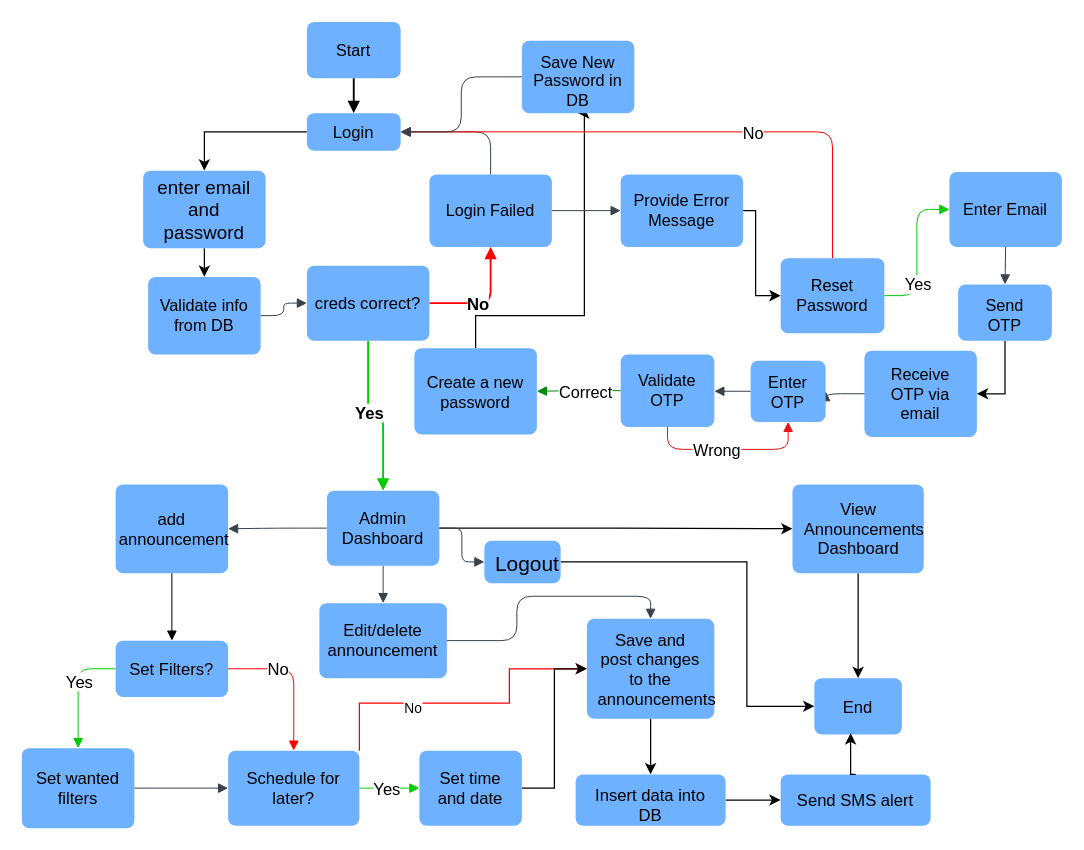
KenZa0705/Lab2 keeps this draw.io diagram as admin.drawio. Above is the earlier version. Source tidied: cells renumbered, new cells numbered last; positions are measured from the earlier drawing's top-left corner, leaving out a move shared by most shapes. Both pictures are drawn from the tidied source at 125%, with x=0, y=0 at pixel (21, 21).
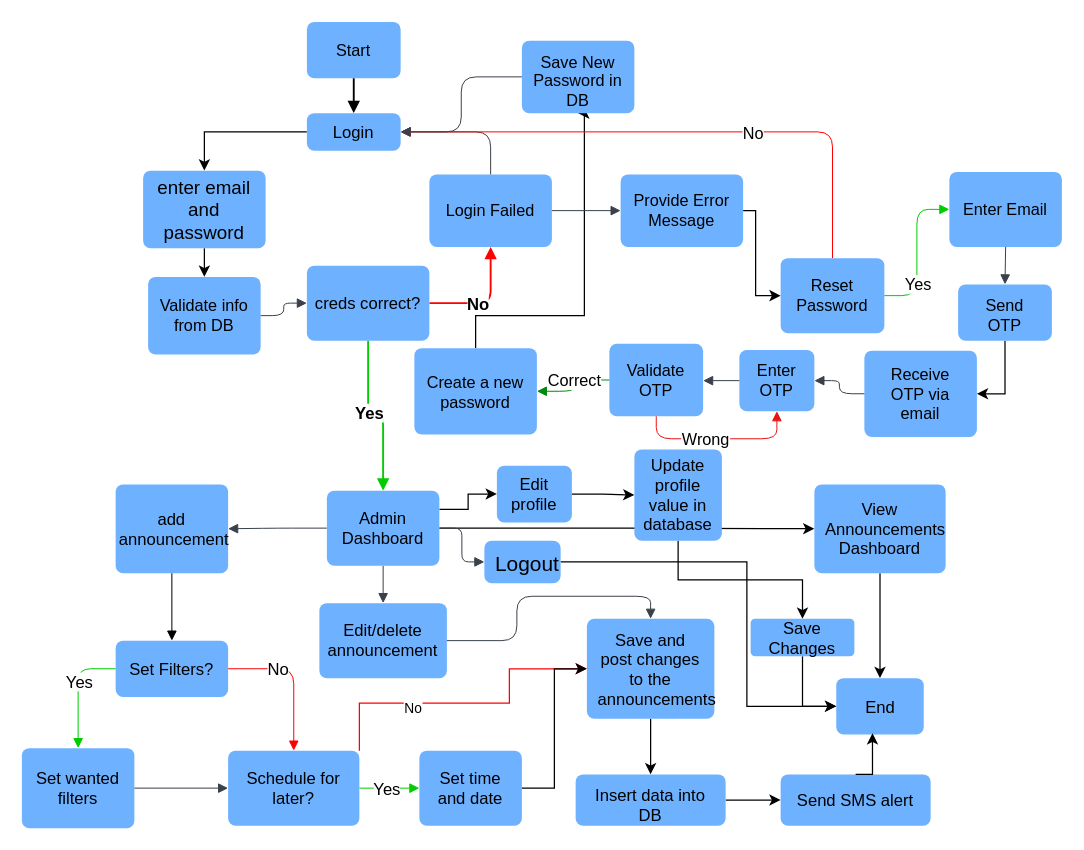
Above is the later version.

Unchanged cells that the change refers to:
```xml
<mxCell id="19" value="Admin Dashboard" style="html=1;overflow=block;blockSpacing=1;whiteSpace=wrap;fontSize=13.3;fontFamily=Helvetica;spacing=3.8;strokeOpacity=0;fillOpacity=100;rounded=1;absoluteArcSize=1;arcSize=12;fillColor=#6db1ff;strokeWidth=0.8;lucidId=K.9esvh4-SU-;" parent="1" vertex="1">
  <mxGeometry x="244" y="375" width="90" height="60" as="geometry" />
</mxCell>
```

Diff of the diagram source:
```diff
@@
+    <mxCell id="76" style="edgeStyle=orthogonalEdgeStyle;rounded=0;jettySize=auto;html=1;exitX=1;exitY=0.25;exitDx=0;exitDy=0;entryX=0;entryY=0.5;entryDx=0;entryDy=0;" parent="1" edge="1" source="19" target="78">
+      <mxGeometry relative="1" as="geometry" />
+    </mxCell>
@@
     <mxCell id="20" style="edgeStyle=orthogonalEdgeStyle;rounded=0;jettySize=auto;html=1;exitX=0.5;exitY=1;exitDx=0;exitDy=0;entryX=0.5;entryY=0;entryDx=0;entryDy=0;" parent="1" edge="1" source="21" target="29">
-      <mxGeometry relative="1" as="geometry" />
+      <mxGeometry relative="1" as="geometry">
+        <Array as="points">
+          <mxPoint x="686" y="441" />
+        </Array>
+      </mxGeometry>
     </mxCell>
     <mxCell id="21" value="View Announcements Dashboard" style="html=1;overflow=block;blockSpacing=1;whiteSpace=wrap;fontSize=13.3;align=center;spacing=9;strokeOpacity=0;fillOpacity=100;rounded=1;absoluteArcSize=1;arcSize=12;fillColor=#6db1ff;strokeWidth=0.8;lucidId=K.9ef97v9eRf;" parent="1" vertex="1">
-      <mxGeometry x="616.5" y="370" width="105" height="71" as="geometry" />
+      <mxGeometry x="634" y="370" width="105" height="71" as="geometry" />
     </mxCell>
@@
     <mxCell id="29" value="End" style="html=1;overflow=block;blockSpacing=1;whiteSpace=wrap;fontSize=13.3;spacing=9;strokeOpacity=0;fillOpacity=100;rounded=1;absoluteArcSize=1;arcSize=12;fillColor=#6db1ff;strokeWidth=0.8;lucidId=XT-e4Xc_Qkls;" parent="1" vertex="1">
-      <mxGeometry x="634" y="525" width="70" height="45" as="geometry" />
+      <mxGeometry x="651.5" y="525" width="70" height="45" as="geometry" />
     </mxCell>
@@
     <mxCell id="52" value="Enter OTP" style="html=1;overflow=block;blockSpacing=1;whiteSpace=wrap;fontSize=13;align=center;spacing=9;strokeOpacity=0;fillOpacity=100;rounded=1;absoluteArcSize=1;arcSize=12;fillColor=#6db1ff;strokeWidth=0.8;lucidId=WuJfRsA.J~Xe;" parent="1" vertex="1">
-      <mxGeometry x="583" y="271" width="60" height="49" as="geometry" />
+      <mxGeometry x="574" y="262.5" width="60" height="49" as="geometry" />
     </mxCell>
@@
     <mxCell id="66" value="Validate OTP" style="html=1;overflow=block;blockSpacing=1;whiteSpace=wrap;fontSize=13;align=center;spacing=9;strokeOpacity=0;fillOpacity=100;rounded=1;absoluteArcSize=1;arcSize=12;fillColor=#6db1ff;strokeWidth=0.8;lucidId=WuJfDRyyHlhG;" parent="1" vertex="1">
-      <mxGeometry x="479" y="266" width="75" height="58" as="geometry" />
+      <mxGeometry x="470" y="257.5" width="75" height="58" as="geometry" />
     </mxCell>
@@
+    <mxCell id="77" style="edgeStyle=orthogonalEdgeStyle;rounded=0;jettySize=auto;html=1;" parent="1" edge="1" source="78" target="80">
+      <mxGeometry relative="1" as="geometry" />
+    </mxCell>
+    <mxCell id="78" value=" Edit profile" style="html=1;overflow=block;blockSpacing=1;whiteSpace=wrap;fontSize=13.3;align=center;spacing=3.8;strokeOpacity=0;fillOpacity=100;rounded=1;absoluteArcSize=1;arcSize=12;fillColor=#6db1ff;strokeWidth=0.8;lucidId=K.9ej97ZGr-u;" parent="1" vertex="1">
+      <mxGeometry x="380" y="355" width="60" height="45.5" as="geometry" />
+    </mxCell>
+    <mxCell id="79" style="edgeStyle=orthogonalEdgeStyle;rounded=0;jettySize=auto;html=1;exitX=0.5;exitY=1;exitDx=0;exitDy=0;" parent="1" edge="1" source="80" target="82">
+      <mxGeometry relative="1" as="geometry" />
+    </mxCell>
+    <mxCell id="80" value=" Update profile value in database" style="html=1;overflow=block;blockSpacing=1;whiteSpace=wrap;fontSize=13.3;align=center;spacing=3.8;strokeOpacity=0;fillOpacity=100;rounded=1;absoluteArcSize=1;arcSize=12;fillColor=#6db1ff;strokeWidth=0.8;lucidId=K.9ej97ZGr-u;" parent="1" vertex="1">
+      <mxGeometry x="490" y="342" width="70" height="73" as="geometry" />
+    </mxCell>
+    <mxCell id="81" style="edgeStyle=orthogonalEdgeStyle;rounded=0;jettySize=auto;html=1;entryX=0;entryY=0.5;entryDx=0;entryDy=0;" parent="1" edge="1" source="82" target="29">
+      <mxGeometry relative="1" as="geometry" />
+    </mxCell>
+    <mxCell id="82" value="Save Changes" style="whiteSpace=wrap;html=1;fontSize=13.3;fillColor=#6db1ff;spacing=3.8;rounded=1;arcSize=12;strokeWidth=0.8;strokeColor=none;" parent="1" vertex="1">
+      <mxGeometry x="583" y="477.5" width="83" height="30" as="geometry" />
+    </mxCell>
```
